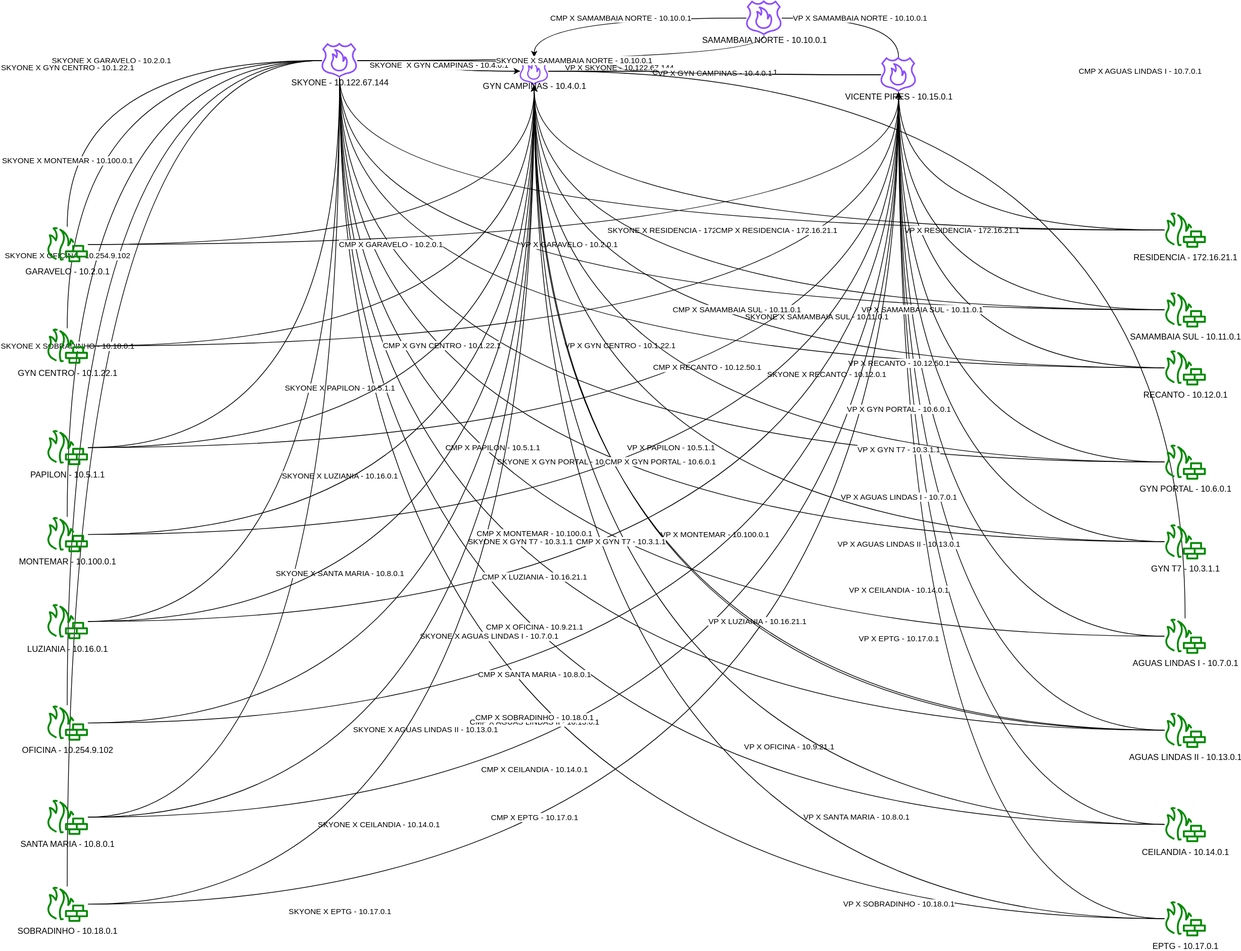
Above: Diagrama sem nome.drawio.svg in Trevoom/Laborat-rio (draw.io), before the change. Source tidied: cells renumbered, new cells last; positions are measured from the earlier drawing's top-left corner, leaving out a move shared by most shapes.
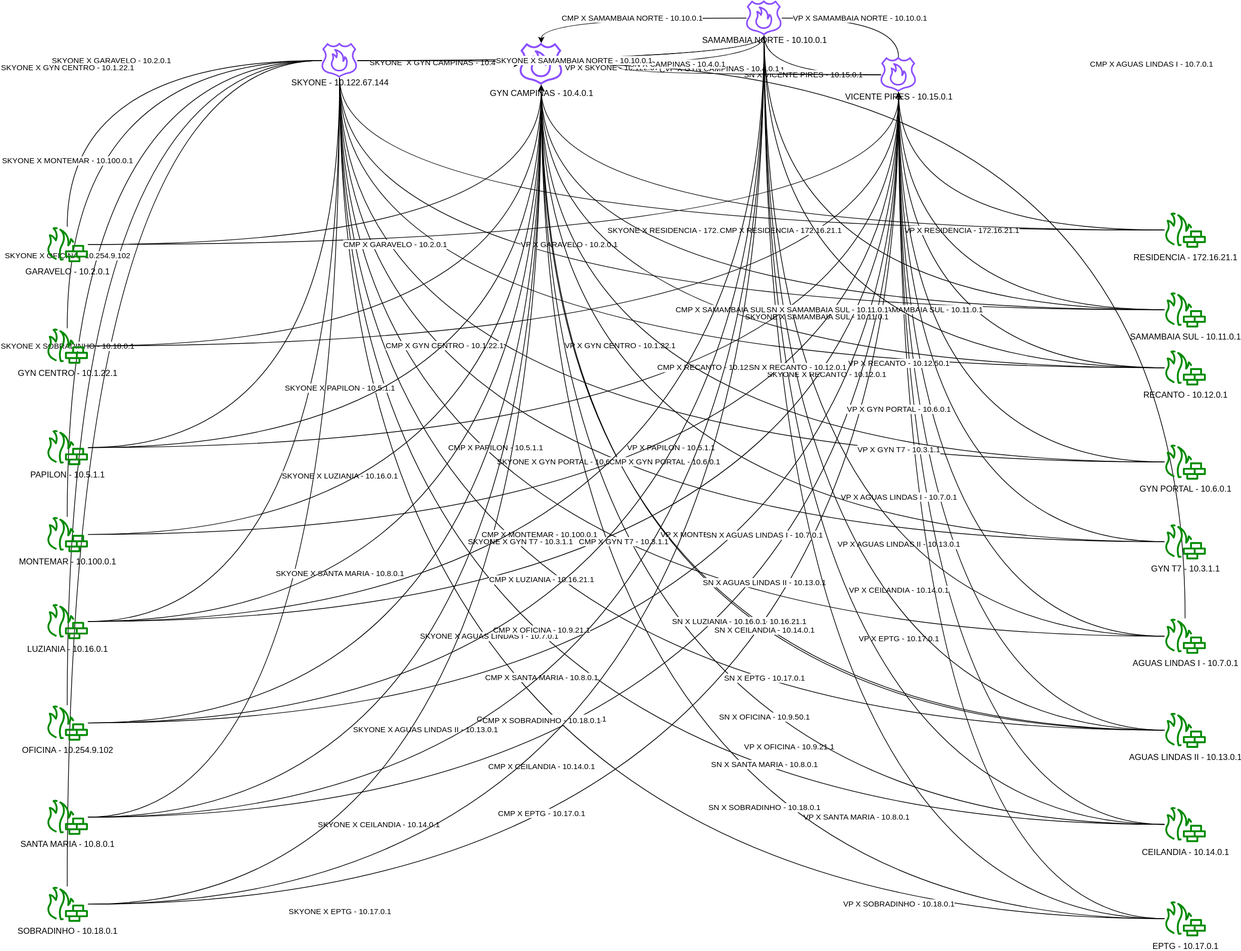
The same diagram one commit later.

Diff of the diagram source:
```diff
@@ -116,12 +116,18 @@
     <mxCell id="37" value="    CMP X SKYONE -  10.122.67.144 " style="edgeStyle=orthogonalEdgeStyle;rounded=0;jettySize=auto;html=1;curved=1;" parent="1" edge="1" source="38" target="43">
       <mxGeometry relative="1" as="geometry" />
     </mxCell>
+    <mxCell id="85" value="    SN X SKYONE -  10.122.67.144 " style="edgeStyle=orthogonalEdgeStyle;shape=connector;curved=1;rounded=0;jettySize=auto;html=1;strokeColor=default;align=center;verticalAlign=middle;elbow=vertical;endArrow=none;endFill=0;" parent="1" edge="1" source="38" target="46">
+      <mxGeometry relative="1" as="geometry" />
+    </mxCell>
     <mxCell id="38" value="    SKYONE -  10.122.67.144 " style="sketch=0;outlineConnect=0;gradientColor=none;fillColor=#8C4FFF;strokeColor=none;dashed=0;verticalLabelPosition=bottom;verticalAlign=middle;align=center;html=1;shape=mxgraph.aws4.route_53_resolver_dns_firewall;spacingTop=-36;" parent="1" vertex="1">
       <mxGeometry x="390" y="60" width="50" height="50" as="geometry" />
     </mxCell>
     <mxCell id="39" value="    CMP X VICENTE PIRES  - 10.15.0.1 " style="edgeStyle=orthogonalEdgeStyle;rounded=0;jettySize=auto;html=1;endArrow=none;endFill=0;curved=1;" parent="1" edge="1" source="40" target="43">
       <mxGeometry relative="1" as="geometry" />
     </mxCell>
+    <mxCell id="86" value="    SN X VICENTE PIRES  - 10.15.0.1 " style="edgeStyle=orthogonalEdgeStyle;shape=connector;curved=1;rounded=0;jettySize=auto;html=1;strokeColor=default;align=center;verticalAlign=middle;elbow=vertical;endArrow=none;endFill=0;" parent="1" edge="1" source="40" target="46">
+      <mxGeometry relative="1" as="geometry" />
+    </mxCell>
     <mxCell id="40" value="    VICENTE  PIRES - 10.15.0.1 " style="sketch=0;outlineConnect=0;gradientColor=none;fillColor=#8C4FFF;strokeColor=none;dashed=0;verticalLabelPosition=bottom;verticalAlign=middle;align=center;html=1;shape=mxgraph.aws4.route_53_resolver_dns_firewall;spacingTop=-36;" parent="1" vertex="1">
       <mxGeometry x="1180" y="80" width="50" height="50" as="geometry" />
     </mxCell>
@@ -131,8 +137,11 @@
     <mxCell id="42" value="    CMP X AGUAS LINDAS  I - 10.7.0.1 " style="edgeStyle=orthogonalEdgeStyle;rounded=0;jettySize=auto;html=1;strokeColor=default;align=center;verticalAlign=middle;fontFamily=Helvetica;fontSize=11;fontColor=default;labelBackgroundColor=default;elbow=vertical;endArrow=none;endFill=0;curved=1;" parent="1" edge="1" source="43" target="70">
       <mxGeometry relative="1" as="geometry" />
     </mxCell>
+    <mxCell id="87" value="    SN X CAMPINAS -  10.4.0.1 " style="edgeStyle=orthogonalEdgeStyle;shape=connector;curved=1;rounded=0;jettySize=auto;html=1;strokeColor=default;align=center;verticalAlign=middle;elbow=vertical;endArrow=none;endFill=0;" parent="1" edge="1" source="43" target="46">
+      <mxGeometry relative="1" as="geometry" />
+    </mxCell>
     <mxCell id="43" value="    GYN  CAMPINAS - 10.4.0.1 " style="sketch=0;outlineConnect=0;gradientColor=none;fillColor=#8C4FFF;strokeColor=none;dashed=0;verticalLabelPosition=bottom;verticalAlign=middle;align=center;html=1;shape=mxgraph.aws4.route_53_resolver_dns_firewall;spacingTop=-36;" parent="1" vertex="1">
-      <mxGeometry x="670" y="80" width="40" height="40" as="geometry" />
+      <mxGeometry x="670" y="60" width="60" height="60" as="geometry" />
     </mxCell>
     <mxCell id="44" value="    VP X SAMAMBAIA  NORTE - 10.10.0.1 " style="edgeStyle=orthogonalEdgeStyle;rounded=0;jettySize=auto;html=1;endArrow=none;endFill=0;curved=1;" parent="1" edge="1" source="46" target="40">
       <mxGeometry relative="1" as="geometry" />
@@ -257,5 +266,35 @@
     <mxCell id="84" value="    LUZIANIA -  10.16.0.1 " style="sketch=0;outlineConnect=0;fillColor=#008a00;strokeColor=#005700;dashed=0;verticalLabelPosition=bottom;verticalAlign=top;align=center;html=1;shape=mxgraph.aws4.generic_firewall;flipV=0;legacyAnchorPoints=0;flipH=0;" parent="76" vertex="1">
       <mxGeometry y="532.7" width="60" height="50" as="geometry" />
     </mxCell>
+    <mxCell id="88" value="    SN X AGUAS LINDAS I  - 10.7.0.1 " style="edgeStyle=orthogonalEdgeStyle;shape=connector;curved=1;rounded=0;jettySize=auto;html=1;strokeColor=default;align=center;verticalAlign=middle;elbow=vertical;endArrow=none;endFill=0;" parent="1" edge="1" source="70" target="46">
+      <mxGeometry relative="1" as="geometry" />
+    </mxCell>
+    <mxCell id="89" value="    SN X AGUAS LINDAS  II - 10.13.0.1 " style="edgeStyle=orthogonalEdgeStyle;shape=connector;curved=1;rounded=0;jettySize=auto;html=1;strokeColor=default;align=center;verticalAlign=middle;elbow=vertical;endArrow=none;endFill=0;" parent="1" edge="1" source="67" target="46">
+      <mxGeometry relative="1" as="geometry" />
+    </mxCell>
+    <mxCell id="90" value="    SN X CEILANDIA -  10.14.0.1 " style="edgeStyle=orthogonalEdgeStyle;shape=connector;curved=1;rounded=0;jettySize=auto;html=1;strokeColor=default;align=center;verticalAlign=middle;elbow=vertical;endArrow=none;endFill=0;" parent="1" edge="1" source="68" target="46">
+      <mxGeometry relative="1" as="geometry" />
+    </mxCell>
+    <mxCell id="91" value="    SN X EPTG -  10.17.0.1 " style="edgeStyle=orthogonalEdgeStyle;shape=connector;curved=1;rounded=0;jettySize=auto;html=1;strokeColor=default;align=center;verticalAlign=middle;elbow=vertical;endArrow=none;endFill=0;" parent="1" edge="1" source="69" target="46">
+      <mxGeometry relative="1" as="geometry" />
+    </mxCell>
+    <mxCell id="92" value="    SN X LUZIANIA -  10.16.0.1 " style="edgeStyle=orthogonalEdgeStyle;shape=connector;curved=1;rounded=0;jettySize=auto;html=1;strokeColor=default;align=center;verticalAlign=middle;elbow=vertical;endArrow=none;endFill=0;" parent="1" edge="1" source="84" target="46">
+      <mxGeometry relative="1" as="geometry" />
+    </mxCell>
+    <mxCell id="93" value="    SN X OFICINA -  10.9.50.1 " style="edgeStyle=orthogonalEdgeStyle;shape=connector;curved=1;rounded=0;jettySize=auto;html=1;strokeColor=default;align=center;verticalAlign=middle;elbow=vertical;endArrow=none;endFill=0;" parent="1" edge="1" source="83" target="46">
+      <mxGeometry relative="1" as="geometry" />
+    </mxCell>
+    <mxCell id="94" value="    SN X RECANTO -  10.12.0.1 " style="edgeStyle=orthogonalEdgeStyle;shape=connector;curved=1;rounded=0;jettySize=auto;html=1;strokeColor=default;align=center;verticalAlign=middle;elbow=vertical;endArrow=none;endFill=0;" parent="1" edge="1" source="71" target="46">
+      <mxGeometry relative="1" as="geometry" />
+    </mxCell>
+    <mxCell id="95" value="    SN X SAMAMBAIA SUL  - 10.11.0.1 " style="edgeStyle=orthogonalEdgeStyle;shape=connector;curved=1;rounded=0;jettySize=auto;html=1;strokeColor=default;align=center;verticalAlign=middle;elbow=vertical;endArrow=none;endFill=0;" parent="1" edge="1" source="73" target="46">
+      <mxGeometry relative="1" as="geometry" />
+    </mxCell>
+    <mxCell id="96" value="    SN X SANTA MARIA -  10.8.0.1 " style="edgeStyle=orthogonalEdgeStyle;shape=connector;curved=1;rounded=0;jettySize=auto;html=1;strokeColor=default;align=center;verticalAlign=middle;elbow=vertical;endArrow=none;endFill=0;" parent="1" edge="1" source="80" target="46">
+      <mxGeometry relative="1" as="geometry" />
+    </mxCell>
+    <mxCell id="97" value="    SN X SOBRADINHO -  10.18.0.1 " style="edgeStyle=orthogonalEdgeStyle;shape=connector;curved=1;rounded=0;jettySize=auto;html=1;strokeColor=default;align=center;verticalAlign=middle;elbow=vertical;endArrow=none;endFill=0;" parent="1" edge="1" source="81" target="46">
+      <mxGeometry relative="1" as="geometry" />
+    </mxCell>
   </root>
 </mxGraphModel>
```
